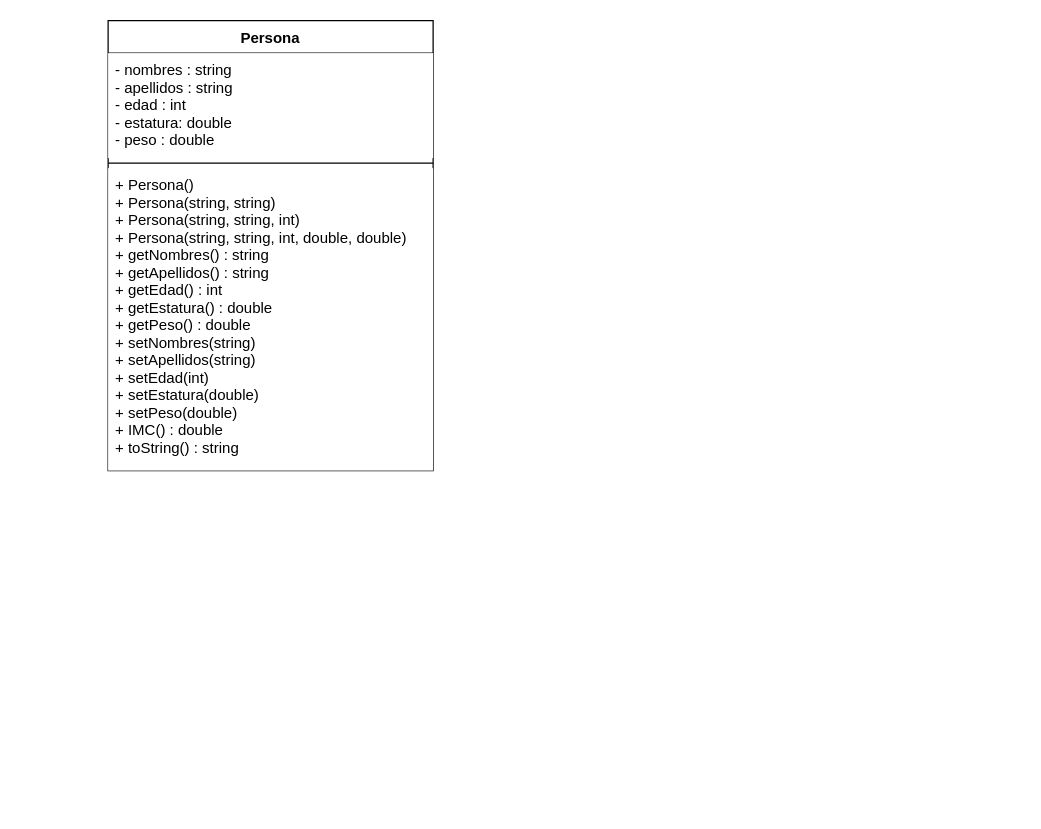
Above: persona.drawio in presuel/POO (draw.io), before the change. Source tidied: cells renumbered, new cells numbered last; positions are measured from the earlier drawing's top-left corner, leaving out a move shared by most shapes. Both pictures are drawn from the tidied source at 125%, with x=0, y=0 at pixel (108, 20).
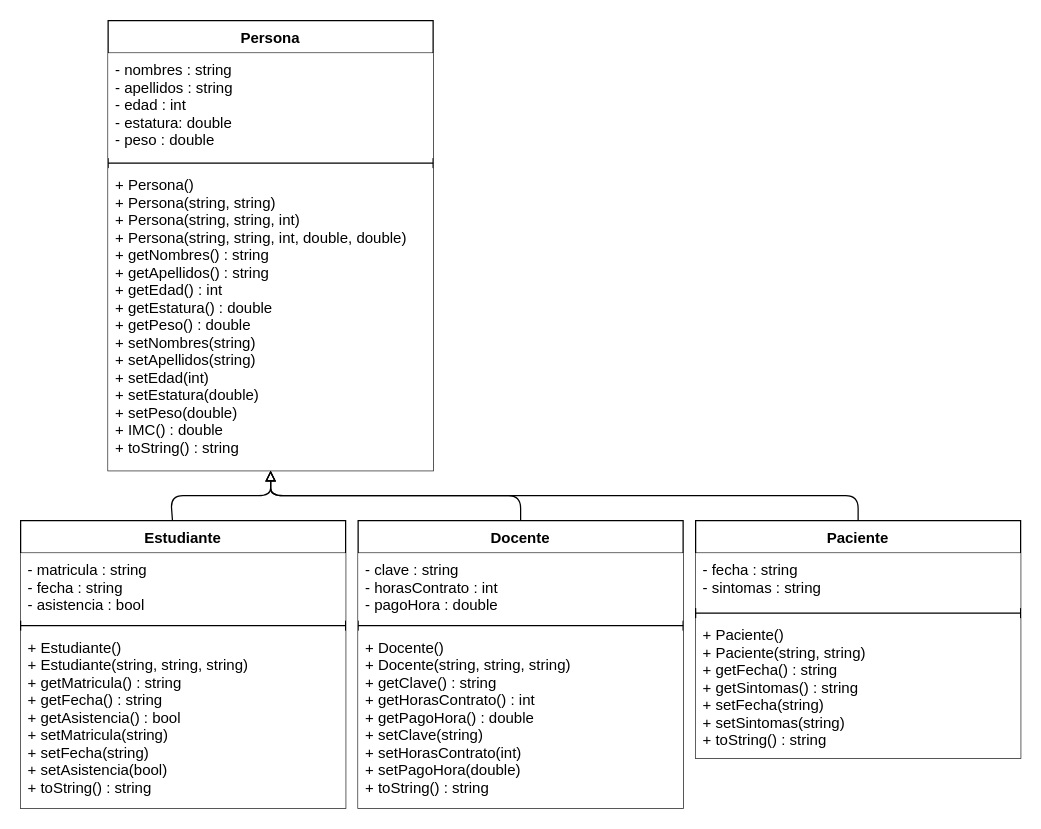
The same page after the edit.

Commit message (it also covers changes not shown here):
Herencia Persona/Docente,Estudiante,Paciente Consultas (C++ & Java)

Unchanged cells that the change refers to:
```xml
<mxCell id="2" value="Persona" style="swimlane;fontStyle=1;align=center;verticalAlign=top;horizontal=1;startSize=26;" parent="1" vertex="1">
  <mxGeometry width="260" height="360" as="geometry" />
</mxCell>
```

Diff of the diagram source:
```diff
@@
+    <mxCell id="6" style="edgeStyle=none;html=1;entryX=0.5;entryY=1;entryDx=0;entryDy=0;endArrow=block;endFill=0;" parent="1" edge="1" source="7" target="2">
+      <mxGeometry relative="1" as="geometry">
+        <Array as="points">
+          <mxPoint x="50" y="380" />
+          <mxPoint x="130" y="380" />
+        </Array>
+      </mxGeometry>
+    </mxCell>
+    <mxCell id="7" value="Estudiante" style="swimlane;fontStyle=1;align=center;verticalAlign=top;horizontal=1;startSize=26;" parent="1" vertex="1">
+      <mxGeometry x="-70" y="400" width="260" height="230" as="geometry" />
+    </mxCell>
+    <mxCell id="8" value="- matricula : string&#10;- fecha : string&#10;- asistencia : bool" style="text;strokeColor=none;fillColor=default;align=left;verticalAlign=top;spacingLeft=4;spacingRight=4;overflow=hidden;" parent="7" vertex="1">
+      <mxGeometry y="26" width="260" height="54" as="geometry" />
+    </mxCell>
+    <mxCell id="9" style="line;strokeWidth=1;fillColor=none;align=left;verticalAlign=middle;spacingTop=-1;spacingLeft=3;spacingRight=3;labelPosition=right;strokeColor=inherit;" parent="7" vertex="1">
+      <mxGeometry y="80" width="260" height="8" as="geometry" />
+    </mxCell>
+    <mxCell id="10" value="+ Estudiante()&#10;+ Estudiante(string, string, string)&#10;+ getMatricula() : string&#10;+ getFecha() : string&#10;+ getAsistencia() : bool&#10;+ setMatricula(string)&#10;+ setFecha(string)&#10;+ setAsistencia(bool)&#10;+ toString() : string" style="text;strokeColor=none;fillColor=default;align=left;verticalAlign=top;spacingLeft=4;spacingRight=4;overflow=hidden;" parent="7" vertex="1">
+      <mxGeometry y="88" width="260" height="142" as="geometry" />
+    </mxCell>
+    <mxCell id="11" style="edgeStyle=none;html=1;endArrow=block;endFill=0;" parent="1" edge="1" source="12">
+      <mxGeometry relative="1" as="geometry">
+        <mxPoint x="130" y="360" as="targetPoint" />
+        <Array as="points">
+          <mxPoint x="330" y="380" />
+          <mxPoint x="130" y="380" />
+        </Array>
+      </mxGeometry>
+    </mxCell>
+    <mxCell id="12" value="Docente" style="swimlane;fontStyle=1;align=center;verticalAlign=top;horizontal=1;startSize=26;" parent="1" vertex="1">
+      <mxGeometry x="200" y="400" width="260" height="230" as="geometry" />
+    </mxCell>
+    <mxCell id="13" value="- clave : string&#10;- horasContrato : int&#10;- pagoHora : double" style="text;strokeColor=none;fillColor=default;align=left;verticalAlign=top;spacingLeft=4;spacingRight=4;overflow=hidden;" parent="12" vertex="1">
+      <mxGeometry y="26" width="260" height="54" as="geometry" />
+    </mxCell>
+    <mxCell id="14" style="line;strokeWidth=1;fillColor=none;align=left;verticalAlign=middle;spacingTop=-1;spacingLeft=3;spacingRight=3;labelPosition=right;strokeColor=inherit;" parent="12" vertex="1">
+      <mxGeometry y="80" width="260" height="8" as="geometry" />
+    </mxCell>
+    <mxCell id="15" value="+ Docente()&#10;+ Docente(string, string, string)&#10;+ getClave() : string&#10;+ getHorasContrato() : int&#10;+ getPagoHora() : double&#10;+ setClave(string)&#10;+ setHorasContrato(int)&#10;+ setPagoHora(double)&#10;+ toString() : string" style="text;strokeColor=none;fillColor=default;align=left;verticalAlign=top;spacingLeft=4;spacingRight=4;overflow=hidden;" parent="12" vertex="1">
+      <mxGeometry y="88" width="260" height="142" as="geometry" />
+    </mxCell>
+    <mxCell id="16" style="edgeStyle=none;html=1;endArrow=block;endFill=0;" parent="1" edge="1" source="17">
+      <mxGeometry relative="1" as="geometry">
+        <mxPoint x="130" y="360" as="targetPoint" />
+        <Array as="points">
+          <mxPoint x="600" y="380" />
+          <mxPoint x="130" y="380" />
+        </Array>
+      </mxGeometry>
+    </mxCell>
+    <mxCell id="17" value="Paciente" style="swimlane;fontStyle=1;align=center;verticalAlign=top;horizontal=1;startSize=26;" parent="1" vertex="1">
+      <mxGeometry x="470" y="400" width="260" height="190" as="geometry" />
+    </mxCell>
+    <mxCell id="18" value="- fecha : string&#10;- sintomas : string" style="text;strokeColor=none;fillColor=default;align=left;verticalAlign=top;spacingLeft=4;spacingRight=4;overflow=hidden;" parent="17" vertex="1">
+      <mxGeometry y="26" width="260" height="44" as="geometry" />
+    </mxCell>
+    <mxCell id="19" style="line;strokeWidth=1;fillColor=none;align=left;verticalAlign=middle;spacingTop=-1;spacingLeft=3;spacingRight=3;labelPosition=right;strokeColor=inherit;" parent="17" vertex="1">
+      <mxGeometry y="70" width="260" height="8" as="geometry" />
+    </mxCell>
+    <mxCell id="20" value="+ Paciente()&#10;+ Paciente(string, string)&#10;+ getFecha() : string&#10;+ getSintomas() : string&#10;+ setFecha(string)&#10;+ setSintomas(string)&#10;+ toString() : string" style="text;strokeColor=none;fillColor=default;align=left;verticalAlign=top;spacingLeft=4;spacingRight=4;overflow=hidden;" parent="17" vertex="1">
+      <mxGeometry y="78" width="260" height="112" as="geometry" />
+    </mxCell>
```
